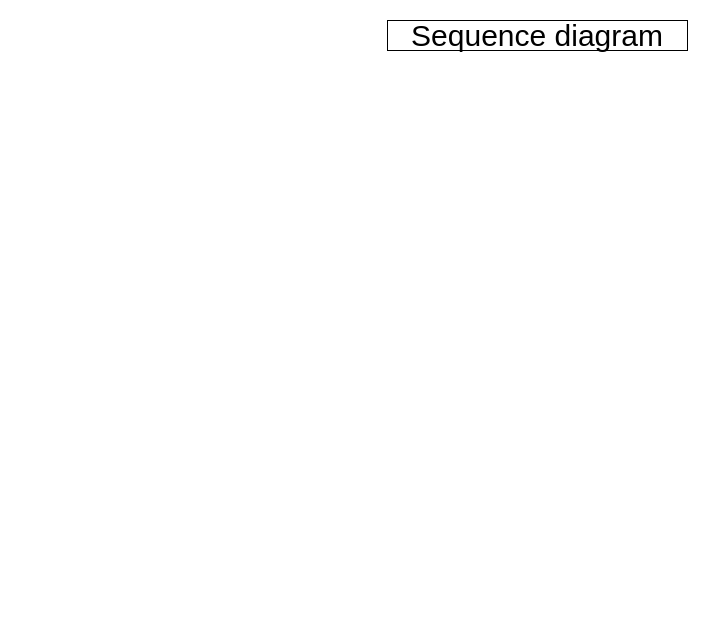
The draw.io diagram Sequence_Diagram/Sequence_Diagram.drawio in Derion12/CS401_Communication_Project_Sp24, before the edit. Source tidied: cells renumbered, new cells numbered last; positions are measured from the earlier drawing's top-left corner, leaving out a move shared by most shapes. Both pictures are drawn from the tidied source at 100%, with x=0, y=0 at pixel (387, 20).
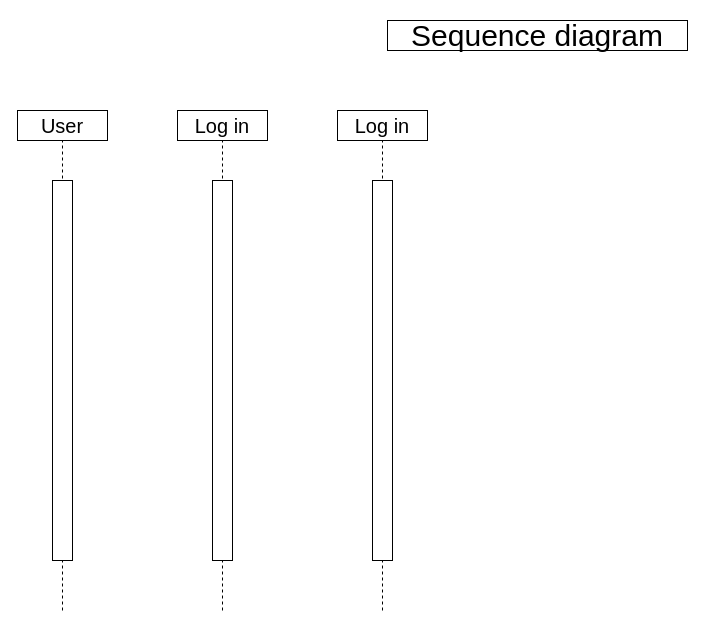
Above is the later version.

The edit, as a diff of the source:
```diff
@@
 <mxGraphModel>
   <root>
     <mxCell id="0" />
     <mxCell id="1" parent="0" />
     <mxCell id="2" value="Sequence diagram" style="rounded=0;whiteSpace=wrap;html=1;fontSize=30;" parent="1" vertex="1">
       <mxGeometry width="300" height="30" as="geometry" />
     </mxCell>
+    <mxCell id="3" value="&lt;font style=&quot;font-size: 20px;&quot;&gt;User&lt;/font&gt;" style="rounded=0;whiteSpace=wrap;html=1;" parent="1" vertex="1">
+      <mxGeometry x="-370" y="90" width="90" height="30" as="geometry" />
+    </mxCell>
+    <mxCell id="4" style="endArrow=none;dashed=1;html=1;rounded=0;entryX=0.5;entryY=1;entryDx=0;entryDy=0;" parent="1" edge="1" target="3">
+      <mxGeometry relative="1" as="geometry">
+        <mxPoint x="-325" y="590" as="sourcePoint" />
+      </mxGeometry>
+    </mxCell>
+    <mxCell id="5" style="rounded=0;whiteSpace=wrap;html=1;" parent="1" vertex="1">
+      <mxGeometry x="-335" y="160" width="20" height="380" as="geometry" />
+    </mxCell>
+    <mxCell id="6" value="&lt;font style=&quot;font-size: 20px;&quot;&gt;Log in&lt;/font&gt;" style="rounded=0;whiteSpace=wrap;html=1;" parent="1" vertex="1">
+      <mxGeometry x="-210" y="90" width="90" height="30" as="geometry" />
+    </mxCell>
+    <mxCell id="7" style="endArrow=none;dashed=1;html=1;rounded=0;entryX=0.5;entryY=1;entryDx=0;entryDy=0;" parent="1" edge="1" target="6">
+      <mxGeometry relative="1" as="geometry">
+        <mxPoint x="-165" y="590" as="sourcePoint" />
+      </mxGeometry>
+    </mxCell>
+    <mxCell id="8" style="rounded=0;whiteSpace=wrap;html=1;" parent="1" vertex="1">
+      <mxGeometry x="-175" y="160" width="20" height="380" as="geometry" />
+    </mxCell>
+    <mxCell id="9" value="&lt;font style=&quot;font-size: 20px;&quot;&gt;Log in&lt;/font&gt;" style="rounded=0;whiteSpace=wrap;html=1;" parent="1" vertex="1">
+      <mxGeometry x="-50" y="90" width="90" height="30" as="geometry" />
+    </mxCell>
+    <mxCell id="10" style="endArrow=none;dashed=1;html=1;rounded=0;entryX=0.5;entryY=1;entryDx=0;entryDy=0;" parent="1" edge="1" target="9">
+      <mxGeometry relative="1" as="geometry">
+        <mxPoint x="-5" y="590" as="sourcePoint" />
+      </mxGeometry>
+    </mxCell>
+    <mxCell id="11" style="rounded=0;whiteSpace=wrap;html=1;" parent="1" vertex="1">
+      <mxGeometry x="-15" y="160" width="20" height="380" as="geometry" />
+    </mxCell>
   </root>
 </mxGraphModel>
```
